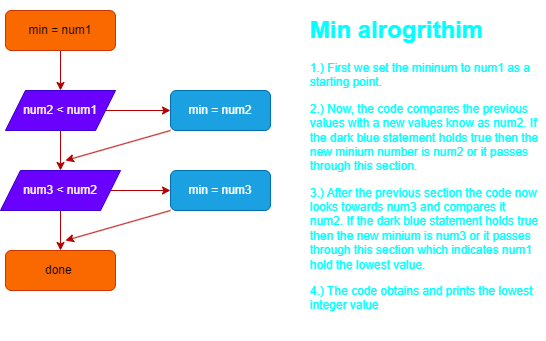
This is Flowchart.png from ipivanparra/AD-3-1, a draw.io export, as it was before one commit. Source tidied: cells renumbered, new cells last; positions are measured from the earlier drawing's top-left corner, leaving out a move shared by most shapes.
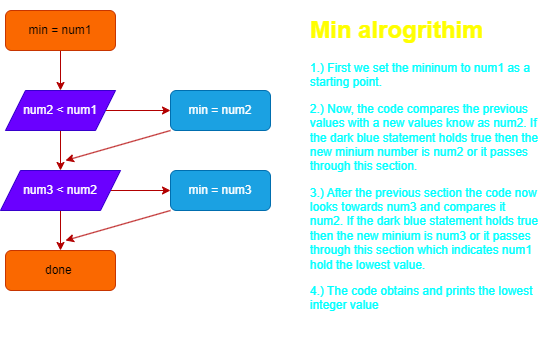
Later version of the same file.

Change to the diagram source:
```diff
@@ -45,7 +45,7 @@
     <mxCell id="14" value="min = num3" style="rounded=1;whiteSpace=wrap;html=1;fillColor=#1ba1e2;fontColor=#ffffff;strokeColor=#006EAF;" parent="1" vertex="1">
       <mxGeometry x="170" y="160" width="100" height="40" as="geometry" />
     </mxCell>
-    <mxCell id="15" value="&lt;h1&gt;&lt;font color=&quot;#00ffff&quot;&gt;Min alrogrithim&amp;nbsp;&lt;/font&gt;&lt;/h1&gt;&lt;p&gt;&lt;font color=&quot;#00ffff&quot;&gt;1.) First we set the mininum to num1 as a starting point.&amp;nbsp;&lt;/font&gt;&lt;/p&gt;&lt;p&gt;&lt;font color=&quot;#00ffff&quot;&gt;2.) Now, the code compares the previous values with a new values know as num2. If the dark blue statement holds true then the new minium number is num2 or it passes through this section.&amp;nbsp;&lt;/font&gt;&lt;/p&gt;&lt;p&gt;&lt;font color=&quot;#00ffff&quot;&gt;3.) After the previous section the code now looks towards num3 and compares it num2. If the dark blue statement holds true then the new minium is num3 or it passes through this section which indicates num1 hold the lowest value.&lt;/font&gt;&lt;/p&gt;&lt;p&gt;&lt;font color=&quot;#00ffff&quot;&gt;4.) The code obtains and prints the lowest integer value&amp;nbsp;&lt;/font&gt;&lt;/p&gt;&lt;p&gt;&lt;br&gt;&lt;/p&gt;" style="text;html=1;strokeColor=none;fillColor=none;spacing=5;spacingTop=-20;whiteSpace=wrap;overflow=hidden;rounded=0;" parent="1" vertex="1">
+    <mxCell id="15" value="&lt;h1&gt;&lt;font color=&quot;#ffff00&quot;&gt;Min alrogrithim&amp;nbsp;&lt;/font&gt;&lt;/h1&gt;&lt;p&gt;&lt;font color=&quot;#00ffff&quot;&gt;1.) First we set the mininum to num1 as a starting point.&amp;nbsp;&lt;/font&gt;&lt;/p&gt;&lt;p&gt;&lt;font color=&quot;#00ffff&quot;&gt;2.) Now, the code compares the previous values with a new values know as num2. If the dark blue statement holds true then the new minium number is num2 or it passes through this section.&amp;nbsp;&lt;/font&gt;&lt;/p&gt;&lt;p&gt;&lt;font color=&quot;#00ffff&quot;&gt;3.) After the previous section the code now looks towards num3 and compares it num2. If the dark blue statement holds true then the new minium is num3 or it passes through this section which indicates num1 hold the lowest value.&lt;/font&gt;&lt;/p&gt;&lt;p&gt;&lt;font color=&quot;#00ffff&quot;&gt;4.) The code obtains and prints the lowest integer value&amp;nbsp;&lt;/font&gt;&lt;/p&gt;&lt;p&gt;&lt;br&gt;&lt;/p&gt;" style="text;html=1;strokeColor=none;fillColor=none;spacing=5;spacingTop=-20;whiteSpace=wrap;overflow=hidden;rounded=0;" parent="1" vertex="1">
       <mxGeometry x="305" width="240" height="330" as="geometry" />
     </mxCell>
   </root>
```
